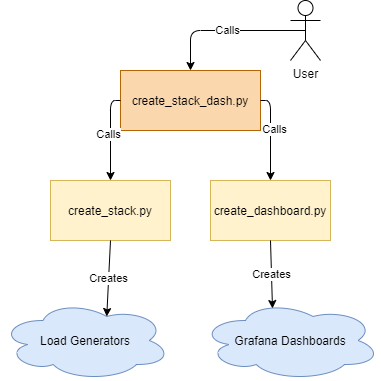
The draw.io diagram jmeter-icap-poc/instructions/img/create_stack_dash.png in k8-proxy/aws-jmeter-test-engine, before a commit. Source tidied: cells renumbered, new cells last; positions are measured from the earlier drawing's top-left corner, leaving out a move shared by most shapes.
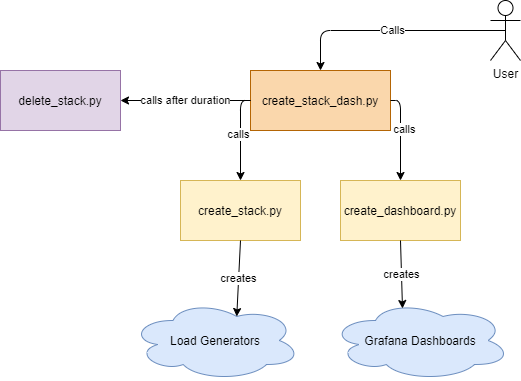
The same file after the commit.

Commit message:
Added delete_stack functionality to create_stack_dash

- Modified create_stack_dash to call delete_stack automatically after duration  + 15 minutes.
- Modified create_stack_dash to include flag/option to preserve the stack (prevent delete_stack from being called)
- Added description of new option --preserve_stack to documentation
- Modified diagram in documentation to reflect delete_stack being called after a duration

What changed in the source:
```diff
@@ -3,7 +3,7 @@
     <mxCell id="0" />
     <mxCell id="1" parent="0" />
     <mxCell id="2" value="User" style="shape=umlActor;verticalLabelPosition=bottom;verticalAlign=top;html=1;outlineConnect=0;" parent="1" vertex="1">
-      <mxGeometry x="290" width="30" height="60" as="geometry" />
+      <mxGeometry x="360" width="30" height="60" as="geometry" />
     </mxCell>
     <mxCell id="3" value="Calls" style="endArrow=classic;html=1;exitX=0.5;exitY=0.5;exitDx=0;exitDy=0;exitPerimeter=0;entryX=0.5;entryY=0;entryDx=0;entryDy=0;" parent="1" edge="1" source="2" target="4">
       <mxGeometry relative="1" as="geometry">
@@ -28,7 +28,7 @@
         </Array>
       </mxGeometry>
     </mxCell>
-    <mxCell id="8" value="Calls" style="edgeLabel;html=1;align=center;verticalAlign=middle;" parent="7" vertex="1">
+    <mxCell id="8" value="calls" style="edgeLabel;html=1;align=center;verticalAlign=middle;" parent="7" vertex="1">
       <mxGeometry x="-0.05" y="-3" relative="1" as="geometry" />
     </mxCell>
     <mxCell id="9" style="endArrow=classic;html=1;entryX=0.5;entryY=0;entryDx=0;entryDy=0;exitX=1;exitY=0.5;exitDx=0;exitDy=0;" parent="1" edge="1" source="4" target="5">
@@ -38,7 +38,7 @@
         </Array>
       </mxGeometry>
     </mxCell>
-    <mxCell id="10" value="Calls" style="edgeLabel;html=1;align=center;verticalAlign=middle;" parent="9" vertex="1">
+    <mxCell id="10" value="calls" style="edgeLabel;html=1;align=center;verticalAlign=middle;" parent="9" vertex="1">
       <mxGeometry x="-0.15" y="3" relative="1" as="geometry" />
     </mxCell>
     <mxCell id="11" value="Load Generators" style="ellipse;shape=cloud;whiteSpace=wrap;html=1;fillColor=#dae8fc;strokeColor=#6c8ebf;" parent="1" vertex="1">
@@ -47,11 +47,17 @@
     <mxCell id="12" value="Grafana Dashboards" style="ellipse;shape=cloud;whiteSpace=wrap;html=1;fillColor=#dae8fc;strokeColor=#6c8ebf;" parent="1" vertex="1">
       <mxGeometry x="200" y="300" width="180" height="80" as="geometry" />
     </mxCell>
-    <mxCell id="13" value="Creates" style="endArrow=classic;html=1;exitX=0.5;exitY=1;exitDx=0;exitDy=0;entryX=0.4;entryY=0.1;entryDx=0;entryDy=0;entryPerimeter=0;" parent="1" edge="1" source="5" target="12">
+    <mxCell id="13" value="creates" style="endArrow=classic;html=1;exitX=0.5;exitY=1;exitDx=0;exitDy=0;entryX=0.4;entryY=0.1;entryDx=0;entryDy=0;entryPerimeter=0;" parent="1" edge="1" source="5" target="12">
       <mxGeometry relative="1" as="geometry" />
     </mxCell>
-    <mxCell id="14" value="Creates" style="endArrow=classic;html=1;entryX=0.625;entryY=0.2;entryDx=0;entryDy=0;entryPerimeter=0;exitX=0.5;exitY=1;exitDx=0;exitDy=0;" parent="1" edge="1" source="6" target="11">
+    <mxCell id="14" value="creates" style="endArrow=classic;html=1;entryX=0.625;entryY=0.2;entryDx=0;entryDy=0;entryPerimeter=0;exitX=0.5;exitY=1;exitDx=0;exitDy=0;" parent="1" edge="1" source="6" target="11">
       <mxGeometry relative="1" as="geometry" />
     </mxCell>
+    <mxCell id="15" value="delete_stack.py" style="rounded=0;whiteSpace=wrap;html=1;fillColor=#e1d5e7;strokeColor=#9673a6;" parent="1" vertex="1">
+      <mxGeometry x="-130" y="70" width="120" height="60" as="geometry" />
+    </mxCell>
+    <mxCell id="16" value="calls after duration" style="endArrow=classic;html=1;entryX=1;entryY=0.5;entryDx=0;entryDy=0;exitX=0;exitY=0.5;exitDx=0;exitDy=0;" parent="1" edge="1" source="4" target="15">
+      <mxGeometry relative="1" as="geometry" />
+    </mxCell>
   </root>
 </mxGraphModel>
```
